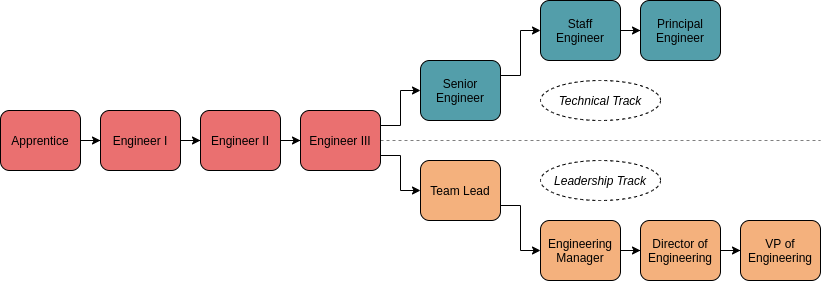
packbackbooks/engineering-docs keeps this draw.io diagram as careers/career-pathways.drawio.png. Above is the earlier version. Source tidied: cells renumbered, new cells last; positions are measured from the earlier drawing's top-left corner, leaving out a move shared by most shapes.
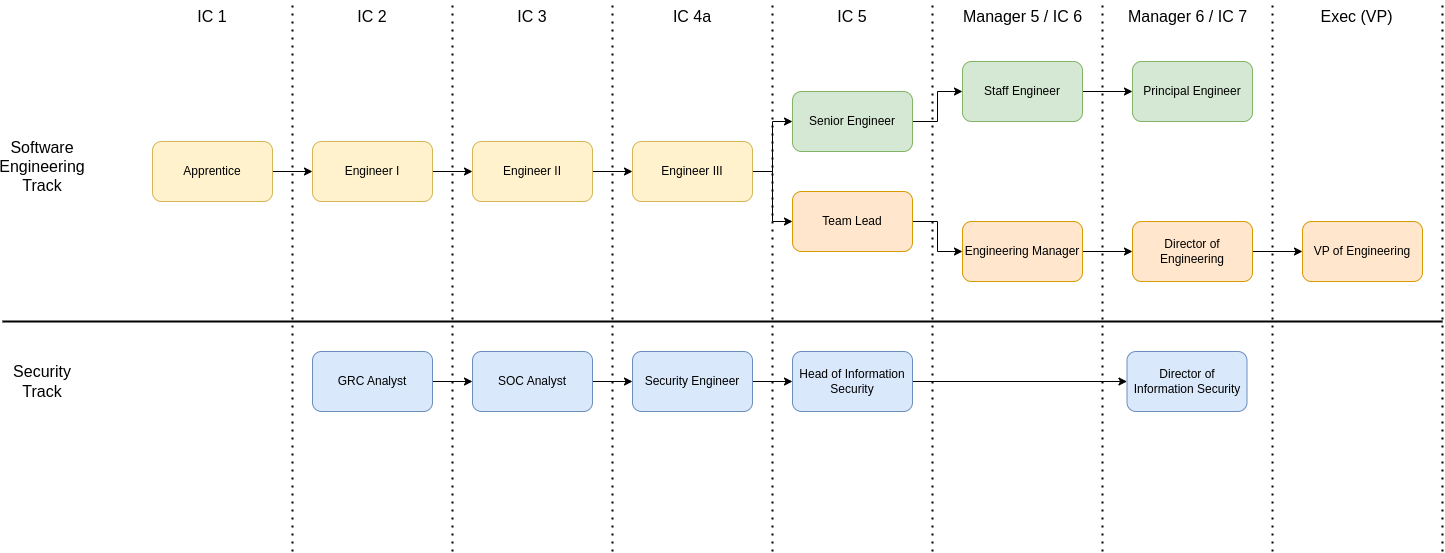
After the change.

Commit message:
MGMT-177: Adds security engineer to career paths

The edit, as a diff of the source:
```diff
@@ -1,83 +1,180 @@
-<mxGraphModel background="#FFFFFF">
+<mxGraphModel>
   <root>
     <mxCell id="0" />
     <mxCell id="1" parent="0" />
-    <mxCell id="2" style="edgeStyle=orthogonalEdgeStyle;rounded=0;jettySize=auto;html=1;" parent="1" edge="1" source="3" target="5">
+    <mxCell id="2" style="edgeStyle=orthogonalEdgeStyle;rounded=0;jettySize=auto;html=1;exitX=1;exitY=0.5;exitDx=0;exitDy=0;entryX=0;entryY=0.5;entryDx=0;entryDy=0;" parent="1" edge="1" source="3" target="5">
       <mxGeometry relative="1" as="geometry" />
     </mxCell>
-    <mxCell id="3" value="&lt;font&gt;&lt;span&gt;Apprentice&lt;/span&gt;&lt;/font&gt;" style="rounded=1;whiteSpace=wrap;html=1;fillColor=#EA7070;fontColor=#000000;fontStyle=0;" parent="1" vertex="1">
-      <mxGeometry y="110" width="80" height="60" as="geometry" />
+    <mxCell id="3" value="Apprentice" style="rounded=1;whiteSpace=wrap;html=1;fillColor=#fff2cc;strokeColor=#d6b656;" parent="1" vertex="1">
+      <mxGeometry x="90" y="-40" width="120" height="60" as="geometry" />
     </mxCell>
-    <mxCell id="4" style="edgeStyle=orthogonalEdgeStyle;rounded=0;jettySize=auto;html=1;" parent="1" edge="1" source="5" target="7">
+    <mxCell id="4" style="edgeStyle=orthogonalEdgeStyle;rounded=0;jettySize=auto;html=1;exitX=1;exitY=0.5;exitDx=0;exitDy=0;entryX=0;entryY=0.5;entryDx=0;entryDy=0;" parent="1" edge="1" source="5" target="7">
       <mxGeometry relative="1" as="geometry" />
     </mxCell>
-    <mxCell id="5" value="&lt;font&gt;&lt;span&gt;Engineer I&lt;/span&gt;&lt;/font&gt;" style="rounded=1;whiteSpace=wrap;html=1;fillColor=#EA7070;fontColor=#000000;fontStyle=0;" parent="1" vertex="1">
-      <mxGeometry x="100" y="110" width="80" height="60" as="geometry" />
+    <mxCell id="5" value="Engineer I" style="rounded=1;whiteSpace=wrap;html=1;fillColor=#fff2cc;strokeColor=#d6b656;" parent="1" vertex="1">
+      <mxGeometry x="250" y="-40" width="120" height="60" as="geometry" />
     </mxCell>
-    <mxCell id="6" style="edgeStyle=orthogonalEdgeStyle;rounded=0;jettySize=auto;html=1;" parent="1" edge="1" source="7" target="10">
+    <mxCell id="6" style="edgeStyle=orthogonalEdgeStyle;rounded=0;jettySize=auto;html=1;exitX=1;exitY=0.5;exitDx=0;exitDy=0;entryX=0;entryY=0.5;entryDx=0;entryDy=0;" parent="1" edge="1" source="7" target="10">
       <mxGeometry relative="1" as="geometry" />
     </mxCell>
-    <mxCell id="7" value="&lt;font&gt;&lt;span&gt;Engineer II&lt;/span&gt;&lt;/font&gt;" style="rounded=1;whiteSpace=wrap;html=1;fillColor=#EA7070;fontColor=#000000;fontStyle=0;" parent="1" vertex="1">
-      <mxGeometry x="200" y="110" width="80" height="60" as="geometry" />
+    <mxCell id="7" value="Engineer II" style="rounded=1;whiteSpace=wrap;html=1;fillColor=#fff2cc;strokeColor=#d6b656;" parent="1" vertex="1">
+      <mxGeometry x="410" y="-40" width="120" height="60" as="geometry" />
     </mxCell>
+    <mxCell id="9" style="edgeStyle=orthogonalEdgeStyle;rounded=0;jettySize=auto;html=1;exitX=1;exitY=0.5;exitDx=0;exitDy=0;entryX=0;entryY=0.5;entryDx=0;entryDy=0;" parent="1" edge="1" source="10" target="12">
+      <mxGeometry relative="1" as="geometry" />
+    </mxCell>
-    <mxCell id="8" style="edgeStyle=orthogonalEdgeStyle;rounded=0;jettySize=auto;html=1;exitX=1;exitY=0.75;exitDx=0;exitDy=0;entryX=0;entryY=0.5;entryDx=0;entryDy=0;" parent="1" edge="1" source="10" target="14">
+    <mxCell id="8" style="edgeStyle=orthogonalEdgeStyle;rounded=0;jettySize=auto;html=1;exitX=1;exitY=0.5;exitDx=0;exitDy=0;entryX=0;entryY=0.5;entryDx=0;entryDy=0;" parent="1" edge="1" source="10" target="14">
       <mxGeometry relative="1" as="geometry" />
     </mxCell>
-    <mxCell id="9" style="edgeStyle=orthogonalEdgeStyle;rounded=0;jettySize=auto;html=1;exitX=1;exitY=0.25;exitDx=0;exitDy=0;entryX=0;entryY=0.5;entryDx=0;entryDy=0;" parent="1" edge="1" source="10" target="12">
-      <mxGeometry relative="1" as="geometry" />
-    </mxCell>
-    <mxCell id="10" value="&lt;font&gt;&lt;span&gt;Engineer III&lt;/span&gt;&lt;/font&gt;" style="rounded=1;whiteSpace=wrap;html=1;fillColor=#EA7070;fontColor=#000000;fontStyle=0;" parent="1" vertex="1">
-      <mxGeometry x="300" y="110" width="80" height="60" as="geometry" />
+    <mxCell id="10" value="Engineer III" style="rounded=1;whiteSpace=wrap;html=1;fillColor=#fff2cc;strokeColor=#d6b656;" parent="1" vertex="1">
+      <mxGeometry x="570" y="-40" width="120" height="60" as="geometry" />
     </mxCell>
-    <mxCell id="11" style="edgeStyle=orthogonalEdgeStyle;rounded=0;jettySize=auto;html=1;exitX=1;exitY=0.25;exitDx=0;exitDy=0;" parent="1" edge="1" source="12" target="22">
+    <mxCell id="11" style="edgeStyle=orthogonalEdgeStyle;rounded=0;jettySize=auto;html=1;exitX=1;exitY=0.5;exitDx=0;exitDy=0;entryX=0;entryY=0.5;entryDx=0;entryDy=0;" parent="1" edge="1" source="12" target="22">
       <mxGeometry relative="1" as="geometry" />
     </mxCell>
-    <mxCell id="12" value="&lt;font&gt;&lt;span&gt;Senior Engineer&lt;/span&gt;&lt;/font&gt;" style="rounded=1;whiteSpace=wrap;html=1;fillColor=#539EAA;fontColor=#000000;fontStyle=0;" parent="1" vertex="1">
-      <mxGeometry x="420" y="60" width="80" height="60" as="geometry" />
+    <mxCell id="12" value="Senior Engineer" style="rounded=1;whiteSpace=wrap;html=1;fillColor=#d5e8d4;strokeColor=#82b366;" parent="1" vertex="1">
+      <mxGeometry x="730" y="-90" width="120" height="60" as="geometry" />
     </mxCell>
-    <mxCell id="13" style="edgeStyle=orthogonalEdgeStyle;rounded=0;jettySize=auto;html=1;exitX=1;exitY=0.75;exitDx=0;exitDy=0;" parent="1" edge="1" source="14" target="17">
+    <mxCell id="13" style="edgeStyle=orthogonalEdgeStyle;rounded=0;jettySize=auto;html=1;exitX=1;exitY=0.5;exitDx=0;exitDy=0;" parent="1" edge="1" source="14" target="17">
       <mxGeometry relative="1" as="geometry" />
     </mxCell>
-    <mxCell id="14" value="&lt;span&gt;&lt;font&gt;Team Lead&lt;/font&gt;&lt;/span&gt;" style="rounded=1;whiteSpace=wrap;html=1;fillColor=#F4B17D;fontColor=#000000;fontStyle=0;" parent="1" vertex="1">
-      <mxGeometry x="420" y="160" width="80" height="60" as="geometry" />
+    <mxCell id="14" value="Team Lead" style="rounded=1;whiteSpace=wrap;html=1;fillColor=#ffe6cc;strokeColor=#d79b00;" parent="1" vertex="1">
+      <mxGeometry x="730" y="10" width="120" height="60" as="geometry" />
     </mxCell>
-    <mxCell id="15" style="endArrow=none;html=1;exitX=1;exitY=0.5;exitDx=0;exitDy=0;dashed=1;opacity=50;" parent="1" edge="1" source="10">
-      <mxGeometry relative="1" as="geometry">
-        <mxPoint x="820" y="140" as="targetPoint" />
-      </mxGeometry>
-    </mxCell>
+    <mxCell id="21" style="edgeStyle=orthogonalEdgeStyle;rounded=0;jettySize=auto;html=1;exitX=1;exitY=0.5;exitDx=0;exitDy=0;entryX=0;entryY=0.5;entryDx=0;entryDy=0;" parent="1" edge="1" source="22" target="23">
+      <mxGeometry relative="1" as="geometry" />
+    </mxCell>
+    <mxCell id="22" value="Staff Engineer" style="rounded=1;whiteSpace=wrap;html=1;fillColor=#d5e8d4;strokeColor=#82b366;" parent="1" vertex="1">
+      <mxGeometry x="900" y="-120" width="120" height="60" as="geometry" />
+    </mxCell>
+    <mxCell id="18" style="edgeStyle=orthogonalEdgeStyle;rounded=0;jettySize=auto;html=1;exitX=1;exitY=0.5;exitDx=0;exitDy=0;entryX=0;entryY=0.5;entryDx=0;entryDy=0;" parent="1" edge="1" source="19" target="20">
+      <mxGeometry relative="1" as="geometry" />
+    </mxCell>
+    <mxCell id="19" value="Director of Engineering" style="rounded=1;whiteSpace=wrap;html=1;fillColor=#ffe6cc;strokeColor=#d79b00;" parent="1" vertex="1">
+      <mxGeometry x="1070" y="40" width="120" height="60" as="geometry" />
+    </mxCell>
-    <mxCell id="16" style="edgeStyle=orthogonalEdgeStyle;rounded=0;jettySize=auto;html=1;" parent="1" edge="1" source="17" target="19">
+    <mxCell id="16" style="edgeStyle=orthogonalEdgeStyle;rounded=0;jettySize=auto;html=1;exitX=1;exitY=0.5;exitDx=0;exitDy=0;entryX=0;entryY=0.5;entryDx=0;entryDy=0;" parent="1" edge="1" source="17" target="19">
       <mxGeometry relative="1" as="geometry" />
     </mxCell>
-    <mxCell id="17" value="&lt;font&gt;&lt;span&gt;Engineering Manager&lt;/span&gt;&lt;/font&gt;" style="rounded=1;whiteSpace=wrap;html=1;fillColor=#F4B17D;fontColor=#000000;fontStyle=0;" parent="1" vertex="1">
-      <mxGeometry x="540" y="220" width="80" height="60" as="geometry" />
+    <mxCell id="17" value="Engineering Manager" style="rounded=1;whiteSpace=wrap;html=1;fillColor=#ffe6cc;strokeColor=#d79b00;" parent="1" vertex="1">
+      <mxGeometry x="900" y="40" width="120" height="60" as="geometry" />
     </mxCell>
-    <mxCell id="18" style="edgeStyle=orthogonalEdgeStyle;rounded=0;jettySize=auto;html=1;" parent="1" edge="1" source="19" target="20">
-      <mxGeometry relative="1" as="geometry" />
-    </mxCell>
-    <mxCell id="19" value="&lt;span&gt;&lt;font&gt;Director of Engineering&lt;/font&gt;&lt;/span&gt;" style="rounded=1;whiteSpace=wrap;html=1;fillColor=#F4B17D;fontColor=#000000;fontStyle=0;" parent="1" vertex="1">
-      <mxGeometry x="640" y="220" width="80" height="60" as="geometry" />
-    </mxCell>
+    <mxCell id="23" value="Principal Engineer" style="rounded=1;whiteSpace=wrap;html=1;fillColor=#d5e8d4;strokeColor=#82b366;" parent="1" vertex="1">
+      <mxGeometry x="1070" y="-120" width="120" height="60" as="geometry" />
+    </mxCell>
-    <mxCell id="20" value="&lt;font&gt;&lt;span&gt;VP of Engineering&lt;/span&gt;&lt;/font&gt;" style="rounded=1;whiteSpace=wrap;html=1;fillColor=#F4B17D;fontColor=#000000;fontStyle=0;" parent="1" vertex="1">
-      <mxGeometry x="740" y="220" width="80" height="60" as="geometry" />
+    <mxCell id="20" value="VP of Engineering" style="rounded=1;whiteSpace=wrap;html=1;fillColor=#ffe6cc;strokeColor=#d79b00;" parent="1" vertex="1">
+      <mxGeometry x="1240" y="40" width="120" height="60" as="geometry" />
     </mxCell>
-    <mxCell id="21" style="edgeStyle=orthogonalEdgeStyle;rounded=0;jettySize=auto;html=1;" parent="1" edge="1" source="22" target="23">
-      <mxGeometry relative="1" as="geometry" />
-    </mxCell>
-    <mxCell id="22" value="&lt;font&gt;&lt;span&gt;Staff&lt;br&gt;Engineer&lt;/span&gt;&lt;/font&gt;" style="rounded=1;whiteSpace=wrap;html=1;fillColor=#539EAA;fontColor=#000000;fontStyle=0;" parent="1" vertex="1">
-      <mxGeometry x="540" width="80" height="60" as="geometry" />
-    </mxCell>
-    <mxCell id="23" value="&lt;font&gt;&lt;span&gt;Principal Engineer&lt;/span&gt;&lt;/font&gt;" style="rounded=1;whiteSpace=wrap;html=1;fillColor=#539EAA;fontColor=#000000;fontStyle=0;" parent="1" vertex="1">
-      <mxGeometry x="640" width="80" height="60" as="geometry" />
-    </mxCell>
-    <mxCell id="24" value="&lt;i&gt;Technical Track&lt;/i&gt;" style="ellipse;whiteSpace=wrap;html=1;labelBackgroundColor=none;align=center;dashed=1;" parent="1" vertex="1">
-      <mxGeometry x="540" y="80" width="120" height="40" as="geometry" />
-    </mxCell>
-    <mxCell id="25" value="&lt;i&gt;Leadership Track&lt;/i&gt;" style="ellipse;whiteSpace=wrap;html=1;labelBackgroundColor=none;align=center;dashed=1;" parent="1" vertex="1">
-      <mxGeometry x="540" y="160" width="120" height="40" as="geometry" />
-    </mxCell>
-    <mxCell id="26" style="edgeStyle=orthogonalEdgeStyle;rounded=0;orthogonalLoop=1;jettySize=auto;html=1;exitX=0.5;exitY=1;exitDx=0;exitDy=0;" parent="1" edge="1" source="24" target="24">
-      <mxGeometry relative="1" as="geometry" />
-    </mxCell>
+    <mxCell id="27" style="endArrow=none;dashed=1;html=1;dashPattern=1 3;strokeWidth=2;rounded=0;" parent="1" edge="1">
+      <mxGeometry relative="1" as="geometry">
+        <mxPoint x="230" y="370" as="sourcePoint" />
+        <mxPoint x="230" y="-180" as="targetPoint" />
+      </mxGeometry>
+    </mxCell>
+    <mxCell id="28" style="endArrow=none;dashed=1;html=1;dashPattern=1 3;strokeWidth=2;rounded=0;" parent="1" edge="1">
+      <mxGeometry relative="1" as="geometry">
+        <mxPoint x="390" y="370" as="sourcePoint" />
+        <mxPoint x="390" y="-180" as="targetPoint" />
+      </mxGeometry>
+    </mxCell>
+    <mxCell id="29" style="endArrow=none;dashed=1;html=1;dashPattern=1 3;strokeWidth=2;rounded=0;" parent="1" edge="1">
+      <mxGeometry relative="1" as="geometry">
+        <mxPoint x="550" y="370" as="sourcePoint" />
+        <mxPoint x="550" y="-180" as="targetPoint" />
+      </mxGeometry>
+    </mxCell>
+    <mxCell id="30" style="endArrow=none;dashed=1;html=1;dashPattern=1 3;strokeWidth=2;rounded=0;" parent="1" edge="1">
+      <mxGeometry relative="1" as="geometry">
+        <mxPoint x="710" y="370" as="sourcePoint" />
+        <mxPoint x="710" y="-180" as="targetPoint" />
+      </mxGeometry>
+    </mxCell>
+    <mxCell id="31" style="endArrow=none;dashed=1;html=1;dashPattern=1 3;strokeWidth=2;rounded=0;" parent="1" edge="1">
+      <mxGeometry relative="1" as="geometry">
+        <mxPoint x="870" y="370" as="sourcePoint" />
+        <mxPoint x="870" y="-180" as="targetPoint" />
+      </mxGeometry>
+    </mxCell>
+    <mxCell id="32" style="endArrow=none;dashed=1;html=1;dashPattern=1 3;strokeWidth=2;rounded=0;" parent="1" edge="1">
+      <mxGeometry relative="1" as="geometry">
+        <mxPoint x="1040" y="370" as="sourcePoint" />
+        <mxPoint x="1040" y="-180" as="targetPoint" />
+      </mxGeometry>
+    </mxCell>
+    <mxCell id="33" style="endArrow=none;dashed=1;html=1;dashPattern=1 3;strokeWidth=2;rounded=0;" parent="1" edge="1">
+      <mxGeometry relative="1" as="geometry">
+        <mxPoint x="1210" y="370" as="sourcePoint" />
+        <mxPoint x="1210" y="-180" as="targetPoint" />
+      </mxGeometry>
+    </mxCell>
+    <mxCell id="34" style="endArrow=none;dashed=1;html=1;dashPattern=1 3;strokeWidth=2;rounded=0;" parent="1" edge="1">
+      <mxGeometry relative="1" as="geometry">
+        <mxPoint x="1380" y="370" as="sourcePoint" />
+        <mxPoint x="1380" y="-180" as="targetPoint" />
+      </mxGeometry>
+    </mxCell>
+    <mxCell id="35" value="&lt;font style=&quot;font-size: 16px;&quot;&gt;IC 1&lt;/font&gt;" style="text;html=1;align=center;verticalAlign=middle;whiteSpace=wrap;rounded=0;" parent="1" vertex="1">
+      <mxGeometry x="120" y="-180" width="60" height="30" as="geometry" />
+    </mxCell>
+    <mxCell id="36" value="&lt;font style=&quot;font-size: 16px;&quot;&gt;IC 2&lt;/font&gt;" style="text;html=1;align=center;verticalAlign=middle;whiteSpace=wrap;rounded=0;" parent="1" vertex="1">
+      <mxGeometry x="280" y="-180" width="60" height="30" as="geometry" />
+    </mxCell>
+    <mxCell id="37" value="&lt;font style=&quot;font-size: 16px;&quot;&gt;IC 3&lt;/font&gt;" style="text;html=1;align=center;verticalAlign=middle;whiteSpace=wrap;rounded=0;" parent="1" vertex="1">
+      <mxGeometry x="440" y="-180" width="60" height="30" as="geometry" />
+    </mxCell>
+    <mxCell id="38" value="&lt;font style=&quot;font-size: 16px;&quot;&gt;IC 4a&lt;/font&gt;" style="text;html=1;align=center;verticalAlign=middle;whiteSpace=wrap;rounded=0;" parent="1" vertex="1">
+      <mxGeometry x="600" y="-180" width="60" height="30" as="geometry" />
+    </mxCell>
+    <mxCell id="39" value="&lt;font style=&quot;font-size: 16px;&quot;&gt;IC 5&lt;/font&gt;" style="text;html=1;align=center;verticalAlign=middle;whiteSpace=wrap;rounded=0;" parent="1" vertex="1">
+      <mxGeometry x="760" y="-180" width="60" height="30" as="geometry" />
+    </mxCell>
+    <mxCell id="40" value="&lt;span style=&quot;font-size: 16px;&quot;&gt;Exec (VP)&lt;/span&gt;" style="text;html=1;align=center;verticalAlign=middle;whiteSpace=wrap;rounded=0;" parent="1" vertex="1">
+      <mxGeometry x="1230" y="-180" width="129" height="30" as="geometry" />
+    </mxCell>
+    <mxCell id="41" value="&lt;font style=&quot;font-size: 16px;&quot;&gt;Manager 5 /&amp;nbsp;&lt;/font&gt;&lt;span style=&quot;font-size: 16px; background-color: initial;&quot;&gt;IC 6&lt;/span&gt;" style="text;html=1;align=center;verticalAlign=middle;whiteSpace=wrap;rounded=0;" parent="1" vertex="1">
+      <mxGeometry x="895.5" y="-180" width="129" height="30" as="geometry" />
+    </mxCell>
+    <mxCell id="42" style="edgeStyle=orthogonalEdgeStyle;rounded=0;jettySize=auto;html=1;exitX=1;exitY=0.5;exitDx=0;exitDy=0;entryX=0;entryY=0.5;entryDx=0;entryDy=0;" parent="1" edge="1" source="43" target="47">
+      <mxGeometry relative="1" as="geometry" />
+    </mxCell>
+    <mxCell id="43" value="SOC Analyst" style="rounded=1;whiteSpace=wrap;html=1;fillColor=#dae8fc;strokeColor=#6c8ebf;" parent="1" vertex="1">
+      <mxGeometry x="410" y="170" width="120" height="60" as="geometry" />
+    </mxCell>
+    <mxCell id="44" style="edgeStyle=orthogonalEdgeStyle;rounded=0;jettySize=auto;html=1;exitX=1;exitY=0.5;exitDx=0;exitDy=0;entryX=0;entryY=0.5;entryDx=0;entryDy=0;" parent="1" edge="1" source="45" target="43">
+      <mxGeometry relative="1" as="geometry" />
+    </mxCell>
+    <mxCell id="45" value="GRC Analyst" style="rounded=1;whiteSpace=wrap;html=1;fillColor=#dae8fc;strokeColor=#6c8ebf;" parent="1" vertex="1">
+      <mxGeometry x="250" y="170" width="120" height="60" as="geometry" />
+    </mxCell>
+    <mxCell id="46" style="edgeStyle=orthogonalEdgeStyle;rounded=0;jettySize=auto;html=1;exitX=1;exitY=0.5;exitDx=0;exitDy=0;entryX=0;entryY=0.5;entryDx=0;entryDy=0;" parent="1" edge="1" source="47" target="49">
+      <mxGeometry relative="1" as="geometry" />
+    </mxCell>
+    <mxCell id="47" value="Security Engineer" style="rounded=1;whiteSpace=wrap;html=1;fillColor=#dae8fc;strokeColor=#6c8ebf;" parent="1" vertex="1">
+      <mxGeometry x="570" y="170" width="120" height="60" as="geometry" />
+    </mxCell>
+    <mxCell id="48" style="edgeStyle=orthogonalEdgeStyle;rounded=0;jettySize=auto;html=1;exitX=1;exitY=0.5;exitDx=0;exitDy=0;entryX=0;entryY=0.5;entryDx=0;entryDy=0;" parent="1" edge="1" source="49" target="50">
+      <mxGeometry relative="1" as="geometry" />
+    </mxCell>
+    <mxCell id="49" value="Head of Information Security" style="rounded=1;whiteSpace=wrap;html=1;fillColor=#dae8fc;strokeColor=#6c8ebf;" parent="1" vertex="1">
+      <mxGeometry x="730" y="170" width="120" height="60" as="geometry" />
+    </mxCell>
+    <mxCell id="50" value="Director of Information Security" style="rounded=1;whiteSpace=wrap;html=1;fillColor=#dae8fc;strokeColor=#6c8ebf;" parent="1" vertex="1">
+      <mxGeometry x="1064.5" y="170" width="120" height="60" as="geometry" />
+    </mxCell>
+    <mxCell id="51" value="&lt;font style=&quot;font-size: 16px;&quot;&gt;Manager 6 /&amp;nbsp;&lt;/font&gt;&lt;span style=&quot;font-size: 16px; background-color: initial;&quot;&gt;IC 7&lt;/span&gt;" style="text;html=1;align=center;verticalAlign=middle;whiteSpace=wrap;rounded=0;" parent="1" vertex="1">
+      <mxGeometry x="1061" y="-180" width="129" height="30" as="geometry" />
+    </mxCell>
+    <mxCell id="52" value="&lt;font style=&quot;font-size: 16px;&quot;&gt;Software Engineering Track&lt;/font&gt;" style="text;html=1;align=center;verticalAlign=middle;whiteSpace=wrap;rounded=0;rotation=0;" parent="1" vertex="1">
+      <mxGeometry x="-50" y="-30" width="60" height="30" as="geometry" />
+    </mxCell>
+    <mxCell id="53" value="&lt;font style=&quot;font-size: 16px;&quot;&gt;Security Track&lt;/font&gt;" style="text;html=1;align=center;verticalAlign=middle;whiteSpace=wrap;rounded=0;rotation=0;" parent="1" vertex="1">
+      <mxGeometry x="-50" y="185" width="60" height="30" as="geometry" />
+    </mxCell>
+    <mxCell id="54" style="endArrow=none;html=1;rounded=0;strokeWidth=2;" parent="1" edge="1">
+      <mxGeometry relative="1" as="geometry">
+        <mxPoint x="-60" y="140" as="sourcePoint" />
+        <mxPoint x="1380" y="140" as="targetPoint" />
+      </mxGeometry>
+    </mxCell>
   </root>
 </mxGraphModel>
```
